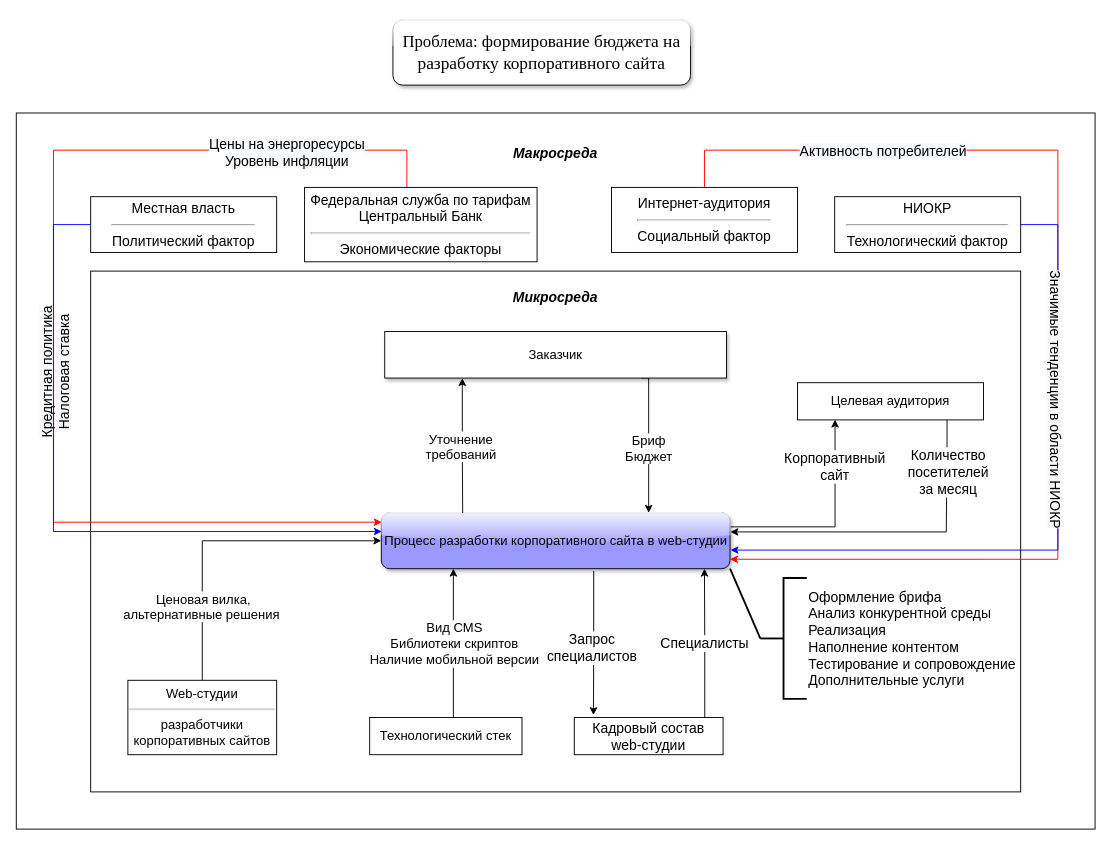
Before: 3 курс/5 семестр/ТСиСА/Курсовая/black_box.drawio in Luzinsan/tusur, a draw.io diagram. Source tidied: cells renumbered, new cells numbered last; positions are measured from the earlier drawing's top-left corner, leaving out a move shared by most shapes. Both pictures are drawn from the tidied source at 93%, with x=0, y=0 at pixel (16, 20).
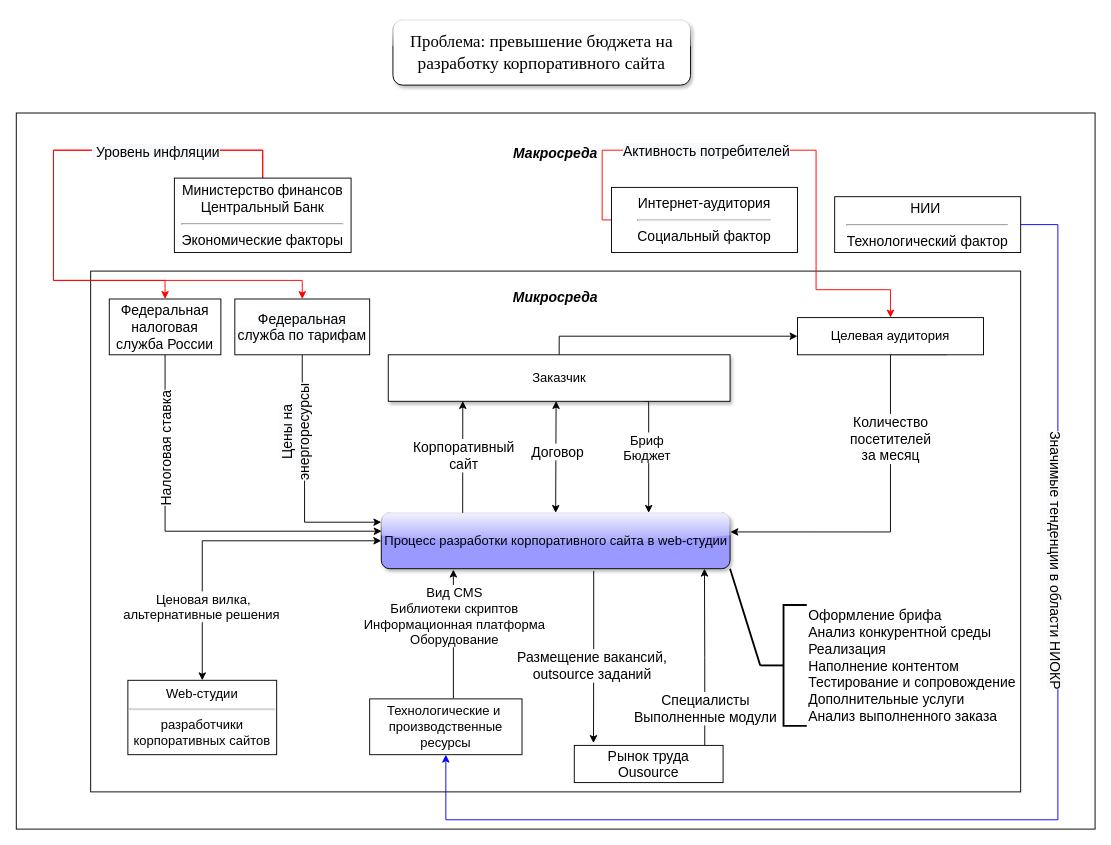
The same page after the edit.

The change refers to these unchanged cells:
```xml
<mxCell id="7" style="edgeStyle=orthogonalEdgeStyle;rounded=0;jettySize=auto;html=1;exitX=0.609;exitY=1.041;exitDx=0;exitDy=0;entryX=0.129;entryY=-0.064;entryDx=0;entryDy=0;strokeColor=#000000;strokeWidth=1;fontSize=15;entryPerimeter=0;exitPerimeter=0;" parent="1" edge="1" source="10" target="39">
  <mxGeometry relative="1" as="geometry" />
</mxCell>
<mxCell id="10" value="&lt;font style=&quot;font-size: 14px;&quot;&gt;Процесс разработки корпоративного сайта в web-студии&lt;/font&gt;" style="whiteSpace=wrap;html=1;rounded=1;shadow=1;glass=1;fillColor=#9999FF;" parent="1" vertex="1">
  <mxGeometry x="392.5" y="530" width="375" height="60" as="geometry" />
</mxCell>
<mxCell id="13" value="Web-студии&lt;hr&gt;разработчики корпоративных сайтов" style="whiteSpace=wrap;html=1;fontSize=14;" parent="1" vertex="1">
  <mxGeometry x="120" y="710" width="160" height="80" as="geometry" />
</mxCell>
<mxCell id="32" value="Интернет-аудитория&lt;hr&gt;Социальный фактор" style="whiteSpace=wrap;html=1;fillStyle=auto;fontSize=15;fillColor=default;" parent="1" vertex="1">
  <mxGeometry x="640" y="180" width="200" height="70" as="geometry" />
</mxCell>
<mxCell id="37" style="edgeStyle=orthogonalEdgeStyle;rounded=0;jettySize=auto;html=1;exitX=0.877;exitY=0.016;exitDx=0;exitDy=0;strokeColor=#000000;strokeWidth=1;fontSize=15;exitPerimeter=0;" parent="1" edge="1" source="39">
  <mxGeometry relative="1" as="geometry">
    <mxPoint x="740" y="590" as="targetPoint" />
  </mxGeometry>
</mxCell>
```

The edit, as a diff of the source:
```diff
@@
-    <mxCell id="5" style="edgeStyle=orthogonalEdgeStyle;rounded=0;jettySize=auto;html=1;exitX=1;exitY=0.25;exitDx=0;exitDy=0;entryX=0.202;entryY=0.992;entryDx=0;entryDy=0;entryPerimeter=0;strokeColor=#000000;strokeWidth=1;fontSize=15;" parent="1" edge="1" source="10" target="16">
-      <mxGeometry relative="1" as="geometry" />
+    <mxCell id="5" style="edgeStyle=orthogonalEdgeStyle;rounded=0;jettySize=auto;html=1;exitX=0.5;exitY=0;exitDx=0;exitDy=0;entryX=0;entryY=0.5;entryDx=0;entryDy=0;strokeColor=#000000;strokeWidth=1;fontSize=15;" parent="1" edge="1" source="20" target="16">
+      <mxGeometry relative="1" as="geometry">
+        <Array as="points">
+          <mxPoint x="584" y="340" />
+          <mxPoint x="840" y="340" />
+        </Array>
+      </mxGeometry>
     </mxCell>
-    <mxCell id="6" value="Корпоративный&lt;br&gt;сайт" style="edgeLabel;html=1;align=center;verticalAlign=middle;fontSize=15;" parent="5" vertex="1">
-      <mxGeometry x="0.56" y="1" relative="1" as="geometry" />
-    </mxCell>
@@
-    <mxCell id="8" value="Запрос &lt;br&gt;специалистов" style="edgeLabel;html=1;align=center;verticalAlign=middle;fontSize=15;" parent="7" vertex="1">
-      <mxGeometry x="0.05" y="-2" relative="1" as="geometry" />
+    <mxCell id="8" value="Размещение вакансий,&lt;br&gt;outsource заданий" style="edgeLabel;html=1;align=center;verticalAlign=middle;fontSize=15;" parent="7" vertex="1">
+      <mxGeometry x="0.05" y="-2" relative="1" as="geometry">
+        <mxPoint y="4" as="offset" />
+      </mxGeometry>
     </mxCell>
@@
-    <mxCell id="11" style="edgeStyle=orthogonalEdgeStyle;rounded=0;jettySize=auto;html=1;exitX=0.5;exitY=0;exitDx=0;exitDy=0;entryX=0;entryY=0.5;entryDx=0;entryDy=0;fontSize=14;startArrow=none;startFill=0;" parent="1" edge="1" source="13" target="10">
+    <mxCell id="11" style="edgeStyle=orthogonalEdgeStyle;rounded=0;jettySize=auto;html=1;exitX=0.5;exitY=0;exitDx=0;exitDy=0;entryX=0;entryY=0.5;entryDx=0;entryDy=0;fontSize=14;startArrow=classic;startFill=1;" parent="1" edge="1" source="13" target="10">
       <mxGeometry relative="1" as="geometry" />
     </mxCell>
@@
     <mxCell id="14" style="edgeStyle=orthogonalEdgeStyle;rounded=0;jettySize=auto;html=1;exitX=0.804;exitY=0.996;exitDx=0;exitDy=0;entryX=1.001;entryY=0.341;entryDx=0;entryDy=0;strokeColor=#000000;strokeWidth=1;fontSize=15;entryPerimeter=0;exitPerimeter=0;" parent="1" edge="1" source="16" target="10">
       <mxGeometry relative="1" as="geometry">
         <Array as="points">
-          <mxPoint x="1001" y="470" />
-          <mxPoint x="1000" y="470" />
-          <mxPoint x="1000" y="551" />
+          <mxPoint x="940" y="360" />
+          <mxPoint x="940" y="551" />
         </Array>
       </mxGeometry>
     </mxCell>
     <mxCell id="15" value="Количество &lt;br&gt;посетителей &lt;br&gt;за месяц" style="edgeLabel;html=1;align=center;verticalAlign=middle;fontSize=15;" parent="14" vertex="1">
       <mxGeometry x="-0.83" y="1" relative="1" as="geometry">
-        <mxPoint y="26" as="offset" />
+        <mxPoint x="-25" y="89" as="offset" />
       </mxGeometry>
     </mxCell>
     <mxCell id="16" value="Целевая аудитория" style="whiteSpace=wrap;html=1;fontSize=14;" parent="1" vertex="1">
-      <mxGeometry x="840" y="390" width="200" height="40" as="geometry" />
+      <mxGeometry x="840" y="320" width="200" height="40" as="geometry" />
     </mxCell>
-    <mxCell id="17" style="edgeStyle=orthogonalEdgeStyle;rounded=0;jettySize=auto;html=1;exitX=0.227;exitY=1.002;exitDx=0;exitDy=0;fontSize=14;startArrow=classic;startFill=1;endArrow=none;endFill=0;exitPerimeter=0;" parent="1" edge="1" source="20">
+    <mxCell id="17" style="edgeStyle=orthogonalEdgeStyle;rounded=0;jettySize=auto;html=1;exitX=0.218;exitY=0.994;exitDx=0;exitDy=0;fontSize=14;startArrow=classic;startFill=1;endArrow=none;endFill=0;exitPerimeter=0;" parent="1" edge="1" source="20">
       <mxGeometry relative="1" as="geometry">
         <mxPoint x="480" y="530" as="targetPoint" />
+        <Array as="points">
+          <mxPoint x="480" y="410" />
+        </Array>
       </mxGeometry>
     </mxCell>
     <mxCell id="18" value="Бриф&lt;br&gt;Бюджет" style="edgeLabel;html=1;align=center;verticalAlign=middle;fontSize=14;rotation=0;" parent="17" vertex="1">
       <mxGeometry x="-0.22" relative="1" as="geometry">
-        <mxPoint x="200" y="18" as="offset" />
+        <mxPoint x="197" y="3" as="offset" />
       </mxGeometry>
     </mxCell>
-    <mxCell id="19" value="Уточнение &lt;br&gt;требований" style="edgeLabel;html=1;align=center;verticalAlign=middle;fontSize=14;" parent="17" vertex="1">
-      <mxGeometry x="-0.14" y="-2" relative="1" as="geometry">
-        <mxPoint y="10" as="offset" />
-      </mxGeometry>
-    </mxCell>
+    <mxCell id="6" value="&lt;span style=&quot;font-size: 15px;&quot;&gt;Корпоративный&lt;/span&gt;&lt;br style=&quot;font-size: 15px;&quot;&gt;&lt;span style=&quot;font-size: 15px;&quot;&gt;сайт&lt;/span&gt;" style="edgeLabel;html=1;align=center;verticalAlign=middle;" parent="17" vertex="1">
+      <mxGeometry x="0.15" y="1" relative="1" as="geometry">
+        <mxPoint x="-1" y="-11" as="offset" />
+      </mxGeometry>
+    </mxCell>
+    <mxCell id="41" style="edgeStyle=orthogonalEdgeStyle;rounded=0;jettySize=auto;html=1;exitX=0.491;exitY=0.995;exitDx=0;exitDy=0;entryX=0.5;entryY=0;entryDx=0;entryDy=0;strokeColor=#000000;fontSize=15;exitPerimeter=0;startArrow=classic;startFill=1;" parent="1" edge="1" source="20" target="10">
+      <mxGeometry relative="1" as="geometry">
+        <Array as="points">
+          <mxPoint x="580" y="410" />
+        </Array>
+      </mxGeometry>
+    </mxCell>
+    <mxCell id="42" value="Договор" style="edgeLabel;html=1;align=center;verticalAlign=middle;fontSize=15;" parent="41" vertex="1">
+      <mxGeometry x="-0.11" y="1" relative="1" as="geometry" />
+    </mxCell>
     <mxCell id="20" value="Заказчик" style="whiteSpace=wrap;html=1;fontSize=14;shadow=1;" parent="1" vertex="1">
-      <mxGeometry x="396.2" y="335" width="367.5" height="50" as="geometry" />
+      <mxGeometry x="400" y="360" width="367.5" height="50" as="geometry" />
     </mxCell>
     <mxCell id="21" style="edgeStyle=orthogonalEdgeStyle;rounded=0;jettySize=auto;html=1;exitX=0.552;exitY=-0.008;exitDx=0;exitDy=0;startArrow=none;startFill=0;exitPerimeter=0;" parent="1" edge="1" source="23">
       <mxGeometry relative="1" as="geometry">
-        <mxPoint x="470" y="590" as="targetPoint" />
+        <mxPoint x="470" y="591" as="targetPoint" />
         <Array as="points">
           <mxPoint x="470" y="591" />
           <mxPoint x="470" y="591" />
         </Array>
       </mxGeometry>
     </mxCell>
-    <mxCell id="22" value="Вид CMS&lt;br&gt;Библиотеки скриптов&lt;br&gt;Наличие мобильной версии" style="edgeLabel;html=1;align=center;verticalAlign=middle;fontSize=14;" parent="21" vertex="1">
+    <mxCell id="22" value="Вид CMS&lt;br&gt;Библиотеки скриптов&lt;br&gt;Информационная платформа&lt;br&gt;Оборудование" style="edgeLabel;html=1;align=center;verticalAlign=middle;fontSize=14;" parent="21" vertex="1">
       <mxGeometry x="-0.29" y="-1" relative="1" as="geometry">
-        <mxPoint x="-1" y="-22" as="offset" />
+        <mxPoint x="-1" y="-40" as="offset" />
       </mxGeometry>
     </mxCell>
-    <mxCell id="23" value="&lt;font style=&quot;font-size: 14px;&quot;&gt;Технологический стек&lt;/font&gt;" style="whiteSpace=wrap;html=1;" parent="1" vertex="1">
-      <mxGeometry x="380" y="750" width="163.8" height="40" as="geometry" />
+    <mxCell id="23" value="&lt;font style=&quot;font-size: 14px;&quot;&gt;Технологические и&amp;nbsp;&lt;br&gt;производственные ресурсы&lt;/font&gt;" style="whiteSpace=wrap;html=1;" parent="1" vertex="1">
+      <mxGeometry x="380" y="730" width="163.8" height="60" as="geometry" />
     </mxCell>
-    <mxCell id="24" value="&lt;font face=&quot;Times New Roman&quot; style=&quot;font-size: 18px;&quot;&gt;Проблема:&amp;nbsp;&lt;/font&gt;&lt;span style=&quot;font-size: 14pt; background-color: transparent; font-family: &amp;quot;Times New Roman&amp;quot;, serif; text-align: left; text-indent: 1.25cm;&quot;&gt;формирование бюджета на разработку корпоративного сайта&lt;/span&gt;" style="whiteSpace=wrap;html=1;rounded=1;shadow=1;glass=1;fontSize=14;gradientColor=none;" parent="1" vertex="1">
+    <mxCell id="24" value="&lt;font face=&quot;Times New Roman&quot; style=&quot;font-size: 18px;&quot;&gt;Проблема:&amp;nbsp;&lt;/font&gt;&lt;span style=&quot;font-size: 14pt; background-color: transparent; font-family: &amp;quot;Times New Roman&amp;quot;, serif; text-align: left; text-indent: 1.25cm;&quot;&gt;превышение бюджета на разработку корпоративного сайта&lt;/span&gt;" style="whiteSpace=wrap;html=1;rounded=1;shadow=1;glass=1;fontSize=14;gradientColor=none;" parent="1" vertex="1">
       <mxGeometry x="405" width="320" height="70" as="geometry" />
     </mxCell>
-    <mxCell id="25" value="Местная власть&lt;hr&gt;Политический фактор" style="whiteSpace=wrap;html=1;fillStyle=auto;fontSize=15;fillColor=default;" parent="1" vertex="1">
-      <mxGeometry x="80" y="190" width="200" height="60" as="geometry" />
-    </mxCell>
-    <mxCell id="26" style="edgeStyle=orthogonalEdgeStyle;rounded=0;jettySize=auto;html=1;exitX=0.5;exitY=0;exitDx=0;exitDy=0;fontSize=15;strokeColor=#FF0000;strokeWidth=1;" parent="1" edge="1" source="29">
+    <mxCell id="26" style="edgeStyle=orthogonalEdgeStyle;rounded=0;jettySize=auto;html=1;exitX=0.5;exitY=0;exitDx=0;exitDy=0;fontSize=15;strokeColor=#FF0000;strokeWidth=1;entryX=0.5;entryY=0;entryDx=0;entryDy=0;" parent="1" edge="1" source="29" target="47">
       <mxGeometry relative="1" as="geometry">
-        <mxPoint x="393" y="540" as="targetPoint" />
         <Array as="points">
-          <mxPoint x="420" y="190" />
-          <mxPoint x="420" y="140" />
+          <mxPoint x="265" y="140" />
           <mxPoint x="40" y="140" />
-          <mxPoint x="40" y="540" />
-          <mxPoint x="393" y="540" />
+          <mxPoint x="40" y="280" />
+          <mxPoint x="160" y="280" />
         </Array>
       </mxGeometry>
     </mxCell>
-    <mxCell id="27" value="&lt;span style=&quot;background-color: rgb(248, 249, 250);&quot;&gt;Цены на энергоресурсы&lt;/span&gt;&lt;br style=&quot;background-color: rgb(248, 249, 250);&quot;&gt;&lt;span style=&quot;background-color: rgb(248, 249, 250);&quot;&gt;Уровень инфляции&lt;/span&gt;" style="edgeLabel;html=1;align=center;verticalAlign=middle;fontSize=15;" parent="26" vertex="1">
-      <mxGeometry x="-0.66" y="1" relative="1" as="geometry" />
-    </mxCell>
-    <mxCell id="28" value="&lt;span style=&quot;background-color: rgb(248, 249, 250);&quot;&gt;Кредитная политика&lt;/span&gt;&lt;br style=&quot;background-color: rgb(248, 249, 250);&quot;&gt;&lt;span style=&quot;background-color: rgb(248, 249, 250);&quot;&gt;Налоговая ставка&lt;/span&gt;" style="edgeLabel;html=1;align=center;verticalAlign=middle;fontSize=15;rotation=270;" parent="26" vertex="1">
-      <mxGeometry x="0.15" y="1" relative="1" as="geometry" />
-    </mxCell>
+    <mxCell id="43" style="edgeStyle=orthogonalEdgeStyle;rounded=0;jettySize=auto;html=1;exitX=0.5;exitY=0;exitDx=0;exitDy=0;entryX=0.5;entryY=0;entryDx=0;entryDy=0;fontSize=15;strokeColor=#FF0000;" parent="1" edge="1" source="29" target="50">
+      <mxGeometry relative="1" as="geometry">
+        <Array as="points">
+          <mxPoint x="265" y="140" />
+          <mxPoint x="40" y="140" />
+          <mxPoint x="40" y="280" />
+          <mxPoint x="308" y="280" />
+        </Array>
+      </mxGeometry>
+    </mxCell>
+    <mxCell id="44" value="&lt;span style=&quot;background-color: rgb(248, 249, 250);&quot;&gt;&amp;nbsp;Уровень инфляции&lt;/span&gt;" style="edgeLabel;html=1;align=center;verticalAlign=middle;fontSize=15;" parent="43" vertex="1">
+      <mxGeometry x="-0.54" y="1" relative="1" as="geometry">
+        <mxPoint x="11" as="offset" />
+      </mxGeometry>
+    </mxCell>
-    <mxCell id="29" value="Федеральная служба по тарифам&lt;br&gt;Центральный Банк&lt;br&gt;&lt;hr&gt;Экономические факторы" style="whiteSpace=wrap;html=1;fillStyle=auto;fontSize=15;fillColor=default;" parent="1" vertex="1">
-      <mxGeometry x="310" y="180" width="250" height="80" as="geometry" />
+    <mxCell id="29" value="Министерство финансов&lt;br&gt;Центральный Банк&lt;br&gt;&lt;hr&gt;Экономические факторы" style="whiteSpace=wrap;html=1;fillStyle=auto;fontSize=15;fillColor=default;" parent="1" vertex="1">
+      <mxGeometry x="170" y="170" width="190" height="80" as="geometry" />
     </mxCell>
-    <mxCell id="30" style="edgeStyle=orthogonalEdgeStyle;rounded=0;jettySize=auto;html=1;exitX=0.5;exitY=0;exitDx=0;exitDy=0;entryX=1;entryY=0.831;entryDx=0;entryDy=0;strokeColor=#FF0000;fontSize=15;strokeWidth=1;entryPerimeter=0;" parent="1" edge="1" source="32" target="10">
+    <mxCell id="30" style="edgeStyle=orthogonalEdgeStyle;rounded=0;jettySize=auto;html=1;exitX=0;exitY=0.5;exitDx=0;exitDy=0;entryX=0.5;entryY=0;entryDx=0;entryDy=0;strokeColor=#FF0000;fontSize=15;strokeWidth=1;" parent="1" edge="1" source="32" target="16">
       <mxGeometry relative="1" as="geometry">
         <Array as="points">
-          <mxPoint x="740" y="140" />
-          <mxPoint x="1120" y="140" />
-          <mxPoint x="1120" y="580" />
-          <mxPoint x="768" y="580" />
+          <mxPoint x="630" y="215" />
+          <mxPoint x="630" y="140" />
+          <mxPoint x="860" y="140" />
+          <mxPoint x="860" y="290" />
+          <mxPoint x="940" y="290" />
         </Array>
       </mxGeometry>
     </mxCell>
     <mxCell id="31" value="&lt;span style=&quot;background-color: rgb(248, 249, 250);&quot;&gt;Активность потребителей&lt;/span&gt;" style="edgeLabel;html=1;align=center;verticalAlign=middle;fontSize=15;" parent="30" vertex="1">
       <mxGeometry x="-0.61" y="1" relative="1" as="geometry">
-        <mxPoint x="-5" y="1" as="offset" />
+        <mxPoint x="84" y="1" as="offset" />
       </mxGeometry>
     </mxCell>
@@
-    <mxCell id="33" style="edgeStyle=orthogonalEdgeStyle;rounded=0;jettySize=auto;html=1;exitX=1;exitY=0.5;exitDx=0;exitDy=0;strokeColor=#0000FF;fontSize=15;" parent="1" edge="1" source="35">
+    <mxCell id="33" style="edgeStyle=orthogonalEdgeStyle;rounded=0;jettySize=auto;html=1;exitX=1;exitY=0.5;exitDx=0;exitDy=0;strokeColor=#0000FF;fontSize=15;entryX=0.5;entryY=1;entryDx=0;entryDy=0;" parent="1" edge="1" source="35" target="23">
       <mxGeometry relative="1" as="geometry">
-        <mxPoint x="768" y="570" as="targetPoint" />
         <Array as="points">
           <mxPoint x="1120" y="220" />
-          <mxPoint x="1120" y="570" />
+          <mxPoint x="1120" y="860" />
+          <mxPoint x="462" y="860" />
         </Array>
       </mxGeometry>
     </mxCell>
@@
-    <mxCell id="35" value="НИОКР&lt;hr&gt;Технологический фактор" style="whiteSpace=wrap;html=1;fillStyle=auto;fontSize=15;fillColor=default;" parent="1" vertex="1">
+    <mxCell id="35" value="НИИ&amp;nbsp;&lt;hr&gt;Технологический фактор" style="whiteSpace=wrap;html=1;fillStyle=auto;fontSize=15;fillColor=default;" parent="1" vertex="1">
       <mxGeometry x="880" y="190" width="200" height="60" as="geometry" />
     </mxCell>
-    <mxCell id="36" style="edgeStyle=orthogonalEdgeStyle;rounded=0;jettySize=auto;html=1;exitX=0;exitY=0.5;exitDx=0;exitDy=0;fontSize=15;strokeColor=#0000FF;" parent="1" edge="1" source="25">
-      <mxGeometry relative="1" as="geometry">
-        <mxPoint x="393" y="550" as="targetPoint" />
-        <Array as="points">
-          <mxPoint x="40" y="220" />
-          <mxPoint x="40" y="550" />
-          <mxPoint x="393" y="550" />
-        </Array>
-      </mxGeometry>
-    </mxCell>
@@
-    <mxCell id="38" value="Специалисты" style="edgeLabel;html=1;align=center;verticalAlign=middle;fontSize=15;" parent="37" vertex="1">
+    <mxCell id="38" value="Специалисты&lt;br&gt;Выполненные модули" style="edgeLabel;html=1;align=center;verticalAlign=middle;fontSize=15;" parent="37" vertex="1">
       <mxGeometry x="0.14" y="1" relative="1" as="geometry">
-        <mxPoint y="11" as="offset" />
+        <mxPoint x="1" y="68" as="offset" />
       </mxGeometry>
     </mxCell>
-    <mxCell id="39" value="Кадровый состав &lt;br&gt;web-студии" style="whiteSpace=wrap;html=1;fillStyle=auto;fontSize=15;fillColor=default;" parent="1" vertex="1">
-      <mxGeometry x="600" y="750" width="160" height="40" as="geometry" />
+    <mxCell id="39" value="Рынок труда&lt;br&gt;Ousource" style="whiteSpace=wrap;html=1;fillStyle=auto;fontSize=15;fillColor=default;" parent="1" vertex="1">
+      <mxGeometry x="600" y="780" width="160" height="40" as="geometry" />
     </mxCell>
-    <mxCell id="40" value="Оформление брифа&lt;br&gt;Анализ конкурентной среды&lt;br&gt;Реализация&lt;br&gt;Наполнение контентом&lt;br&gt;Тестирование и сопровождение&lt;br&gt;Дополнительные услуги" style="strokeWidth=2;html=1;shape=mxgraph.flowchart.annotation_2;align=left;labelPosition=right;fillStyle=auto;fontSize=15;fillColor=default;" parent="1" vertex="1">
-      <mxGeometry x="800" y="600" width="50" height="130" as="geometry" />
+    <mxCell id="40" value="Оформление брифа&lt;br&gt;Анализ конкурентной среды&lt;br&gt;Реализация&lt;br&gt;Наполнение контентом&lt;br&gt;Тестирование и сопровождение&lt;br&gt;Дополнительные услуги&lt;br&gt;Анализ выполненного заказа&amp;nbsp;&amp;nbsp;" style="strokeWidth=2;html=1;shape=mxgraph.flowchart.annotation_2;align=left;labelPosition=right;fillStyle=auto;fontSize=15;fillColor=default;" parent="1" vertex="1">
+      <mxGeometry x="800" y="629" width="50" height="130" as="geometry" />
     </mxCell>
+    <mxCell id="45" style="edgeStyle=orthogonalEdgeStyle;rounded=0;jettySize=auto;html=1;exitX=0.5;exitY=1;exitDx=0;exitDy=0;entryX=0.001;entryY=0.328;entryDx=0;entryDy=0;entryPerimeter=0;" parent="1" edge="1" source="47" target="10">
+      <mxGeometry relative="1" as="geometry">
+        <Array as="points">
+          <mxPoint x="160" y="550" />
+          <mxPoint x="393" y="550" />
+        </Array>
+      </mxGeometry>
+    </mxCell>
+    <mxCell id="46" value="&lt;font style=&quot;font-size: 15px;&quot;&gt;Налоговая ставка&lt;/font&gt;" style="edgeLabel;html=1;align=center;verticalAlign=middle;rotation=270;" parent="45" vertex="1">
+      <mxGeometry x="-0.67" relative="1" as="geometry">
+        <mxPoint y="32" as="offset" />
+      </mxGeometry>
+    </mxCell>
+    <mxCell id="47" value="&lt;font style=&quot;font-size: 15px;&quot;&gt;Федеральная налоговая служба России&lt;/font&gt;" style="whiteSpace=wrap;html=1;" parent="1" vertex="1">
+      <mxGeometry x="100" y="300" width="120" height="60" as="geometry" />
+    </mxCell>
+    <mxCell id="48" style="edgeStyle=orthogonalEdgeStyle;rounded=0;jettySize=auto;html=1;exitX=0.5;exitY=1;exitDx=0;exitDy=0;fontSize=15;" parent="1" edge="1" source="50" target="10">
+      <mxGeometry relative="1" as="geometry">
+        <Array as="points">
+          <mxPoint x="308" y="445" />
+          <mxPoint x="310" y="445" />
+          <mxPoint x="310" y="540" />
+        </Array>
+      </mxGeometry>
+    </mxCell>
+    <mxCell id="49" value="&lt;span style=&quot;background-color: rgb(248, 249, 250);&quot;&gt;Цены на &lt;br&gt;энергоресурсы&lt;/span&gt;" style="edgeLabel;html=1;align=center;verticalAlign=middle;fontSize=15;rotation=270;" parent="48" vertex="1">
+      <mxGeometry x="-0.2" y="2" relative="1" as="geometry">
+        <mxPoint x="-12" y="-19" as="offset" />
+      </mxGeometry>
+    </mxCell>
+    <mxCell id="50" value="&lt;span style=&quot;color: rgb(0, 0, 0); font-family: Helvetica; font-size: 15px; font-style: normal; font-variant-ligatures: normal; font-variant-caps: normal; font-weight: 400; letter-spacing: normal; orphans: 2; text-align: center; text-indent: 0px; text-transform: none; widows: 2; word-spacing: 0px; -webkit-text-stroke-width: 0px; background-color: rgb(248, 249, 250); text-decoration-thickness: initial; text-decoration-style: initial; text-decoration-color: initial; float: none; display: inline !important;&quot;&gt;Федеральная служба по тарифам&lt;/span&gt;" style="whiteSpace=wrap;html=1;fontSize=15;" parent="1" vertex="1">
+      <mxGeometry x="235" y="300" width="145" height="60" as="geometry" />
+    </mxCell>
```
